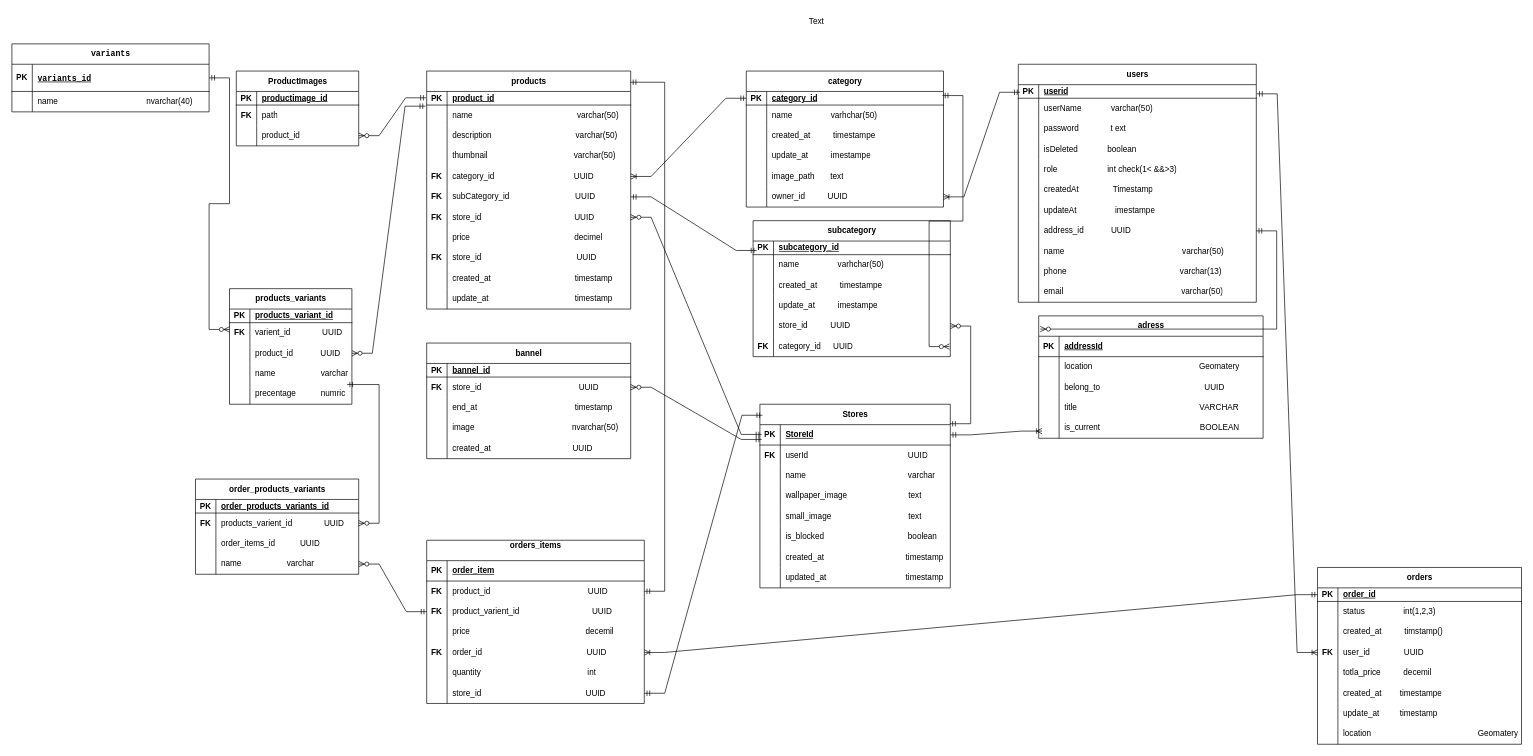
Before: ecommerce.drawio in Abdullah2100/ecommerce_full_stack, a draw.io diagram. Source tidied: cells renumbered, new cells numbered last; positions are measured from the earlier drawing's top-left corner, leaving out a move shared by most shapes. Both pictures are drawn from the tidied source at 68%, with x=0, y=0 at pixel (12, 12).
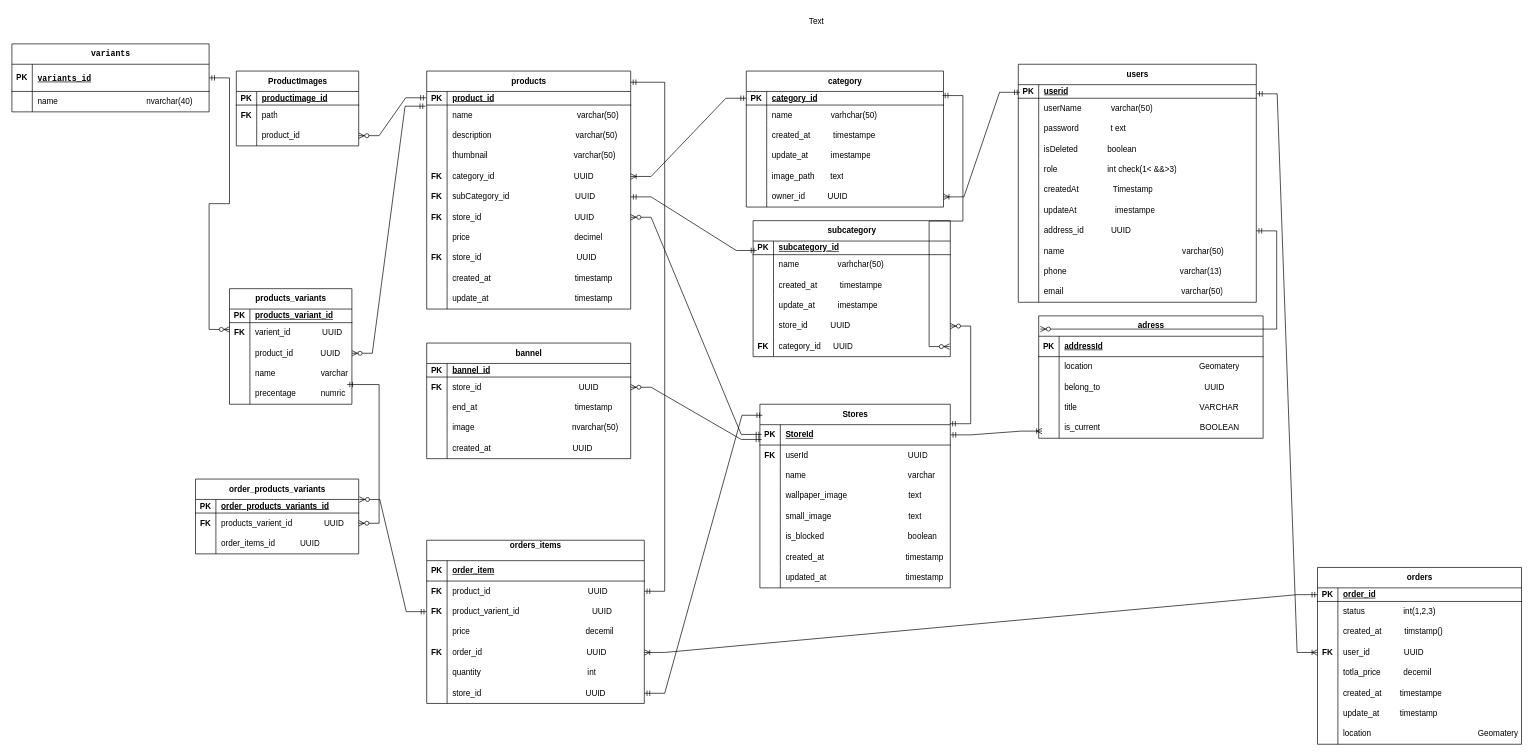
The same page after the edit.

The change refers to these unchanged cells:
```xml
<mxCell id="109" style="shape=tableRow;horizontal=0;startSize=0;swimlaneHead=0;swimlaneBody=0;fillColor=none;points=[[0,0.5],[1,0.5]];portConstraint=eastwest;top=0;left=0;right=0;bottom=0;" parent="102" vertex="1">
  <mxGeometry y="90" width="320" height="30" as="geometry" />
</mxCell>
```

What changed in the source:
```diff
@@
-    <mxCell id="262" style="edgeStyle=entityRelationEdgeStyle;fontSize=12;html=1;endArrow=ERzeroToMany;startArrow=ERmandOne;rounded=0;" parent="1" edge="1" source="109" target="273">
+    <mxCell id="262" style="edgeStyle=entityRelationEdgeStyle;fontSize=12;html=1;endArrow=ERzeroToMany;startArrow=ERmandOne;rounded=0;entryX=1.004;entryY=0.273;entryDx=0;entryDy=0;entryPerimeter=0;" parent="1" edge="1" source="109" target="263">
       <mxGeometry relative="1" as="geometry" />
     </mxCell>
     <mxCell id="263" value="order_products_variants" style="shape=table;startSize=30;childLayout=tableLayout;rowLines=0;fontStyle=1;align=center;html=1;" parent="1" vertex="1">
-      <mxGeometry x="270" y="687" width="240" height="140" as="geometry" />
+      <mxGeometry x="270" y="687" width="240" height="110" as="geometry" />
     </mxCell>
@@
-    <mxCell id="273" style="shape=tableRow;horizontal=0;startSize=0;swimlaneHead=0;swimlaneBody=0;fillColor=none;points=[[0,0.5],[1,0.5]];portConstraint=eastwest;top=0;left=0;right=0;bottom=0;" parent="263" vertex="1">
-      <mxGeometry y="110" width="240" height="30" as="geometry" />
-    </mxCell>
-    <mxCell id="274" style="shape=partialRectangle;fillColor=none;top=0;left=0;bottom=0;right=0;overflow=hidden;whiteSpace=wrap;html=1;" parent="273" vertex="1">
-      <mxGeometry width="30" height="30" as="geometry" />
-    </mxCell>
-    <mxCell id="275" value="name&amp;nbsp; &amp;nbsp; &amp;nbsp; &amp;nbsp; &amp;nbsp; &amp;nbsp; &amp;nbsp; &amp;nbsp; &amp;nbsp; &amp;nbsp; varchar" style="shape=partialRectangle;fillColor=none;top=0;left=0;bottom=0;right=0;align=left;spacingLeft=6;overflow=hidden;whiteSpace=wrap;html=1;" parent="273" vertex="1">
-      <mxGeometry x="30" width="210" height="30" as="geometry" />
-    </mxCell>
```
